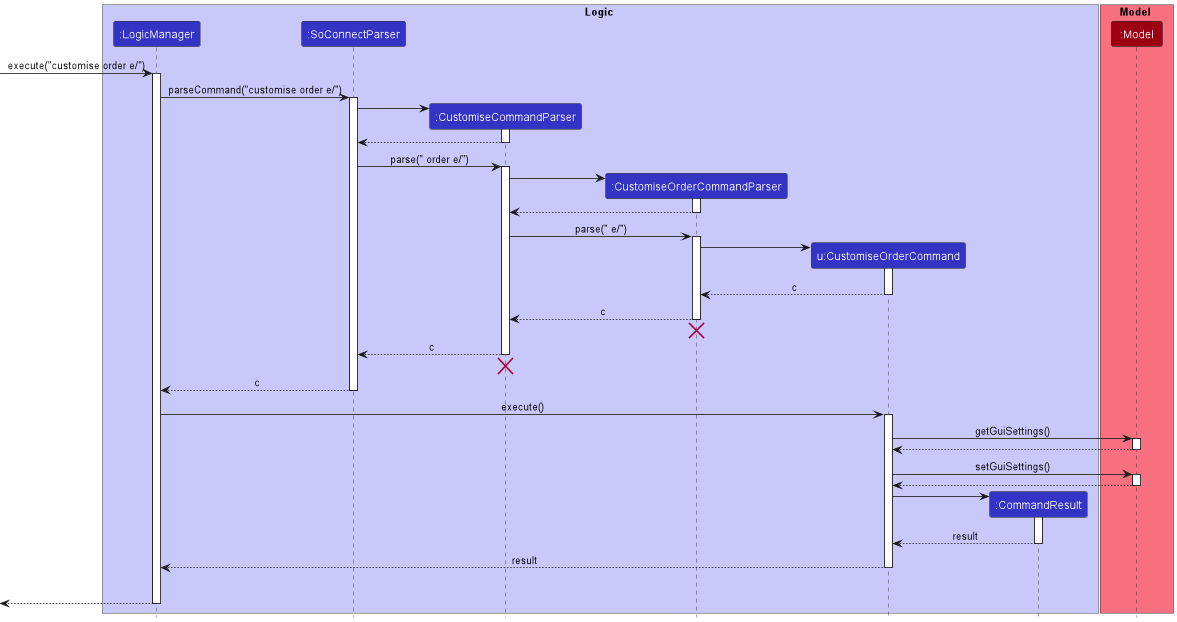
Earlier version of the PlantUML export docs/images/CustomiseOrderSequenceDiagram.png (nus-cs2103-AY2223S1/tp).
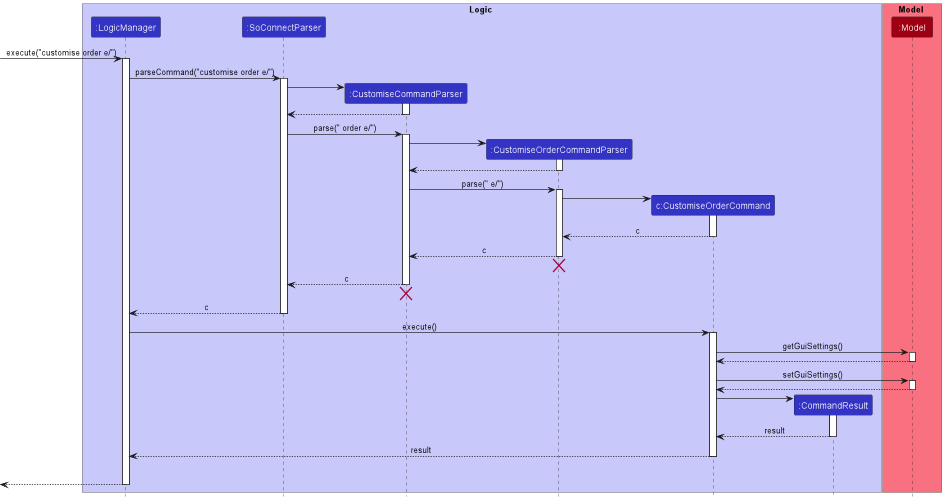
Above is the later version.

Diff of the diagram source:
```diff
@@ -7,7 +7,7 @@
 participant ":SoConnectParser" as SoConnectParser LOGIC_COLOR
 participant ":CustomiseCommandParser" as CustomiseCommandParser LOGIC_COLOR
 participant ":CustomiseOrderCommandParser" as CustomiseOrderCommandParser LOGIC_COLOR
-participant "u:CustomiseOrderCommand" as CustomiseOrderCommand LOGIC_COLOR
+participant "c:CustomiseOrderCommand" as CustomiseOrderCommand LOGIC_COLOR
 participant ":CommandResult" as CommandResult LOGIC_COLOR
 end box
 
```
